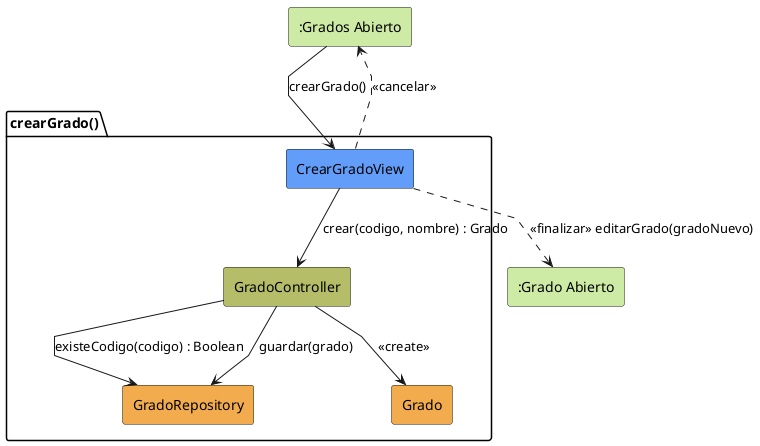
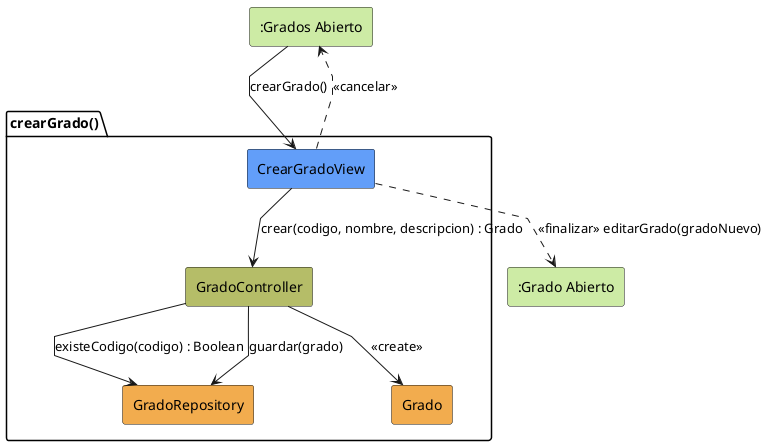
@startuml crearGrado-analisis
skinparam linetype polyline

rectangle #CDEBA5 ":Grados Abierto" as GradosAbierto

package crearGrado as "crearGrado()" {

    rectangle #629EF9 CrearGradoView
    rectangle #b5bd68 GradoController
    rectangle #F2AC4E GradoRepository
    rectangle #F2AC4E Grado
}

rectangle #CDEBA5 ":Grado Abierto" as GradoAbierto

GradosAbierto --> CrearGradoView : crearGrado()

- CrearGradoView --> GradoController : crear(codigo, nombre) : Grado
+ CrearGradoView --> GradoController : crear(codigo, nombre, descripcion) : Grado

GradoController --> GradoRepository : existeCodigo(codigo) : Boolean
GradoController --> Grado : <<create>>
GradoController --> GradoRepository : guardar(grado)

CrearGradoView ..> GradoAbierto : <<finalizar>> editarGrado(gradoNuevo)
CrearGradoView ..> GradosAbierto : <<cancelar>>

@enduml